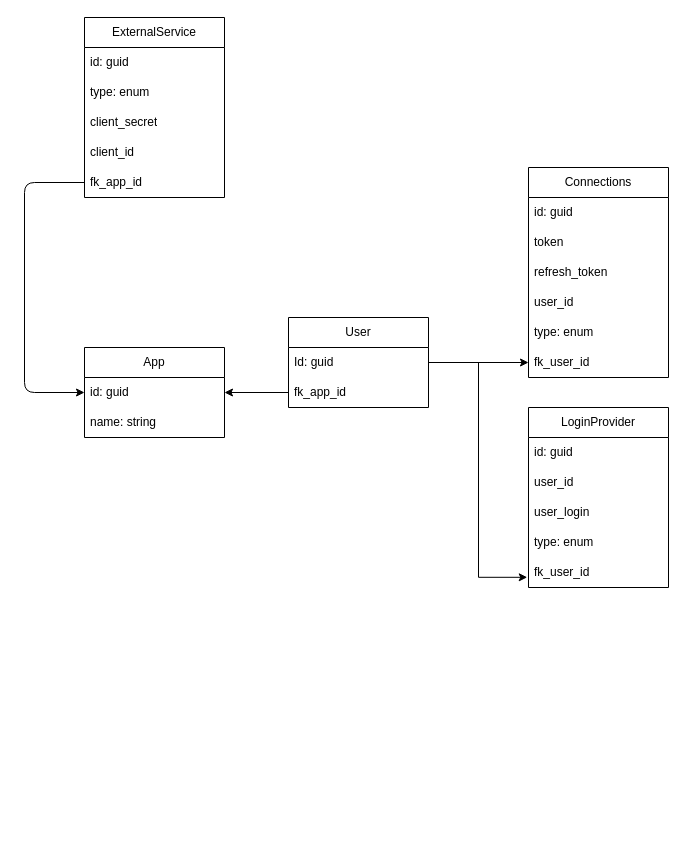
Above: Database.drawio in em1dev/ElPatoAuth (draw.io), before the change. Source tidied: cells renumbered, new cells numbered last; positions are measured from the earlier drawing's top-left corner, leaving out a move shared by most shapes. Both pictures are drawn from the tidied source at 100%, with x=0, y=0 at pixel (24, 17).
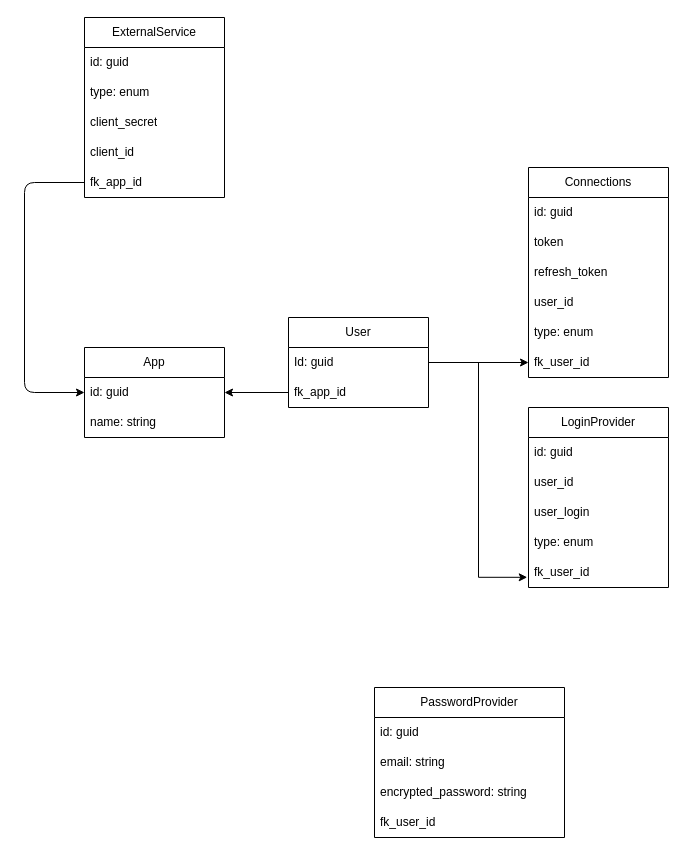
Above is the later version.

What changed in the source:
```diff
@@
+    <mxCell id="31" value="PasswordProvider" style="swimlane;fontStyle=0;horizontal=1;startSize=30;whiteSpace=wrap;html=1;" parent="1" vertex="1">
+      <mxGeometry x="350" y="670" width="190" height="150" as="geometry" />
+    </mxCell>
+    <mxCell id="32" value="id: guid" style="text;strokeColor=none;fillColor=none;align=left;verticalAlign=middle;spacingLeft=4;spacingRight=4;overflow=hidden;whiteSpace=wrap;html=1;" parent="31" vertex="1">
+      <mxGeometry y="30" width="190" height="30" as="geometry" />
+    </mxCell>
+    <mxCell id="33" value="email: string" style="text;strokeColor=none;fillColor=none;align=left;verticalAlign=middle;spacingLeft=4;spacingRight=4;overflow=hidden;whiteSpace=wrap;html=1;" parent="31" vertex="1">
+      <mxGeometry y="60" width="190" height="30" as="geometry" />
+    </mxCell>
+    <mxCell id="34" value="encrypted_password: string" style="text;strokeColor=none;fillColor=none;align=left;verticalAlign=middle;spacingLeft=4;spacingRight=4;overflow=hidden;whiteSpace=wrap;html=1;" parent="31" vertex="1">
+      <mxGeometry y="90" width="190" height="30" as="geometry" />
+    </mxCell>
+    <mxCell id="35" value="fk_user_id" style="text;strokeColor=none;fillColor=none;align=left;verticalAlign=middle;spacingLeft=4;spacingRight=4;overflow=hidden;whiteSpace=wrap;html=1;" parent="31" vertex="1">
+      <mxGeometry y="120" width="190" height="30" as="geometry" />
+    </mxCell>
```
